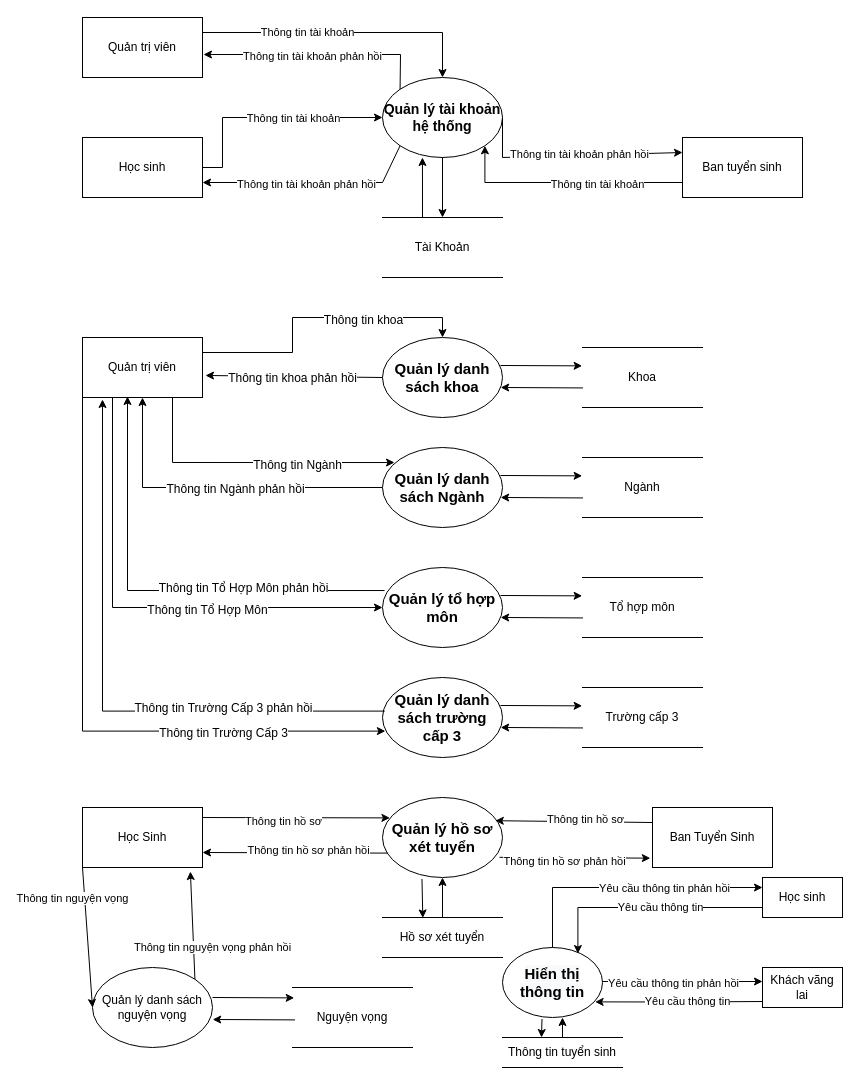
Above: page "Biểu đồ luồng dữ liệu mức đỉnh 0" (4 of 12) of 1. Bao Cao/DATN.drawio in truongquangkhai99/TrinhVanTu_DATN (draw.io), before the change. Source tidied: cells renumbered, new cells numbered last; positions are measured from the earlier drawing's top-left corner, leaving out a move shared by most shapes. Both pictures are drawn from the tidied source at 100%, with x=0, y=0 at pixel (82, 17).
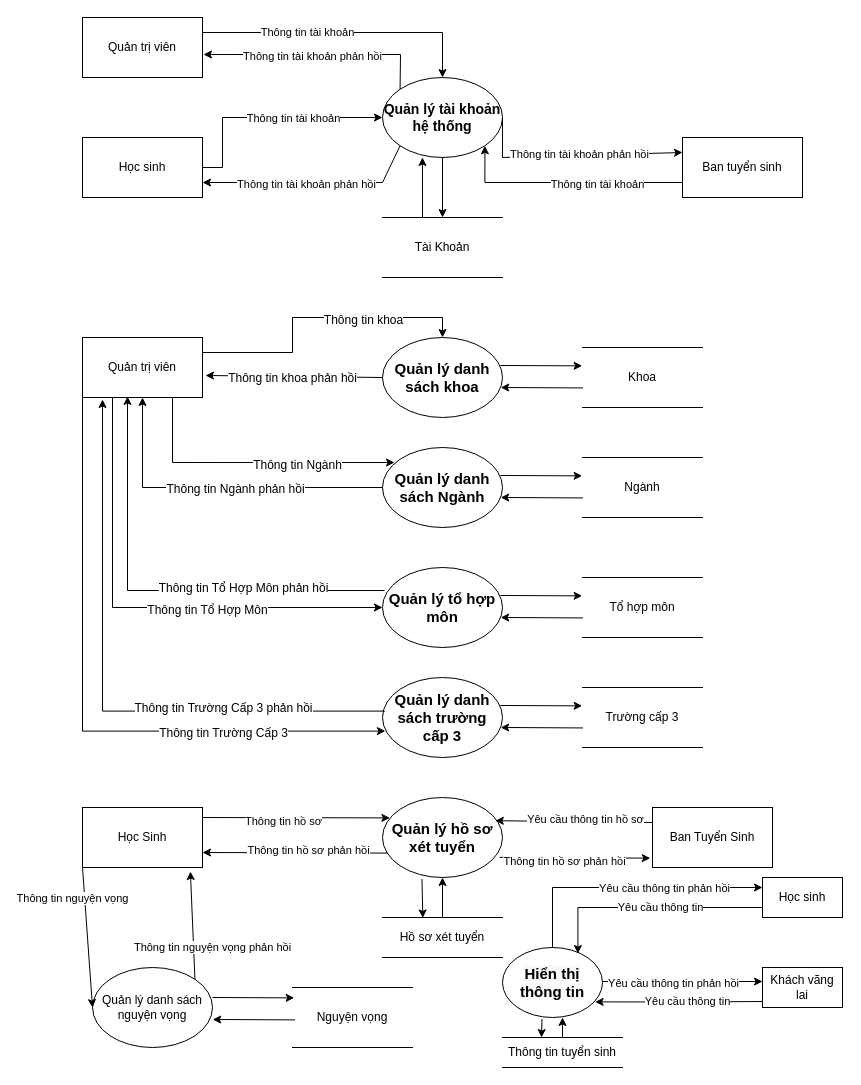
Above is the later version.

Unchanged cells that the change refers to:
```xml
<mxCell id="62" style="endArrow=classic;html=1;rounded=0;exitX=0;exitY=0.25;exitDx=0;exitDy=0;entryX=0.94;entryY=0.29;entryDx=0;entryDy=0;entryPerimeter=0;" parent="1" edge="1" source="57" target="54">
  <mxGeometry relative="1" as="geometry" />
</mxCell>
```

The edit, as a diff of the source:
```diff
@@
-    <mxCell id="63" value="Thông tin hồ sơ" style="edgeLabel;html=1;align=center;verticalAlign=middle;" parent="62" vertex="1">
+    <mxCell id="63" value="Yêu cầu thông tin hồ sơ" style="edgeLabel;html=1;align=center;verticalAlign=middle;" parent="62" vertex="1">
       <mxGeometry x="-0.14" y="-3" relative="1" as="geometry" />
     </mxCell>
```
